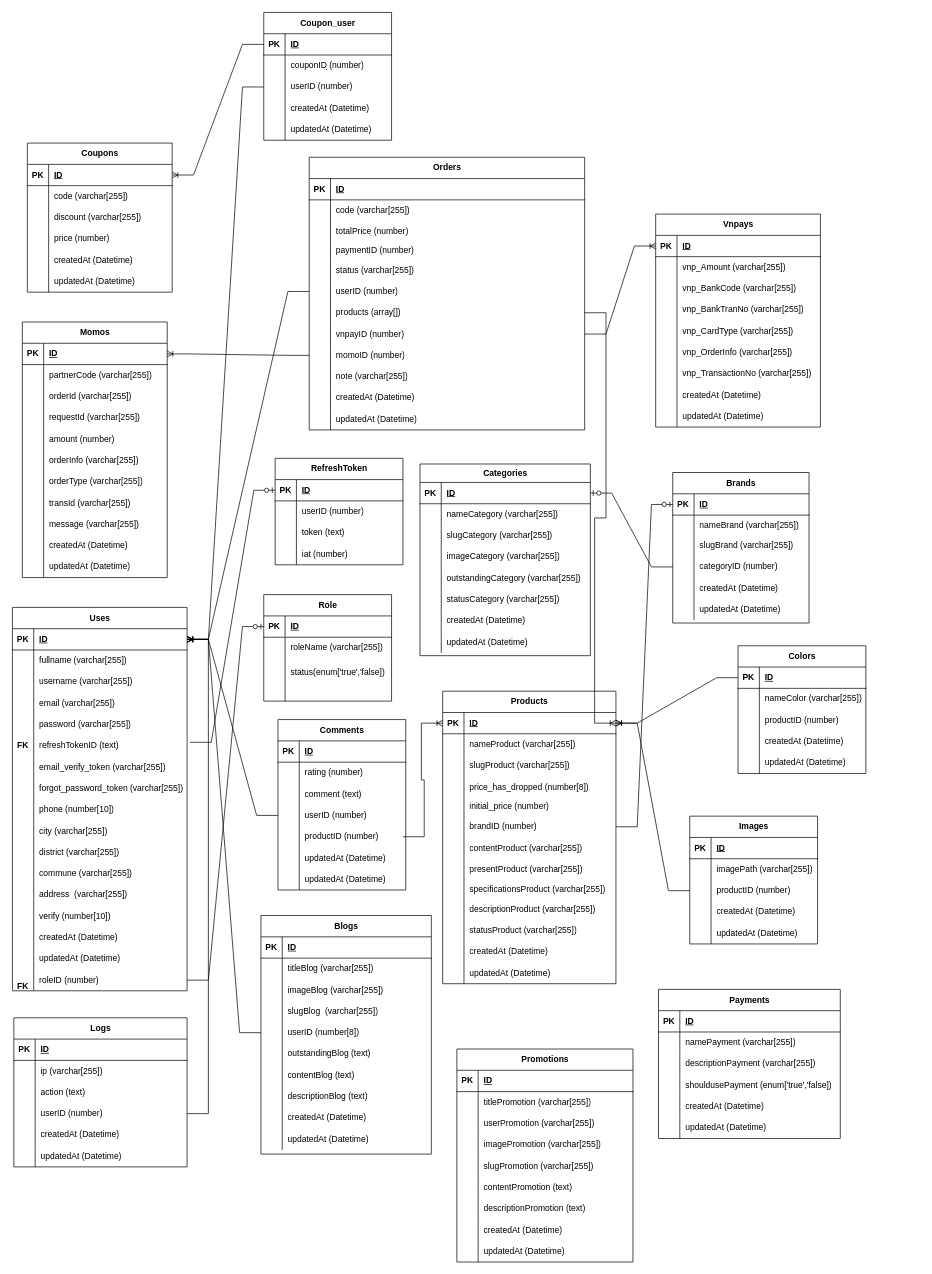
The draw.io diagram src/doan.drawio in QuocHuy03/HoangHaPC, before the edit. Source tidied: cells renumbered, new cells numbered last; positions are measured from the earlier drawing's top-left corner, leaving out a move shared by most shapes. Both pictures are drawn from the tidied source at 71%, with x=0, y=0 at pixel (12, 1).
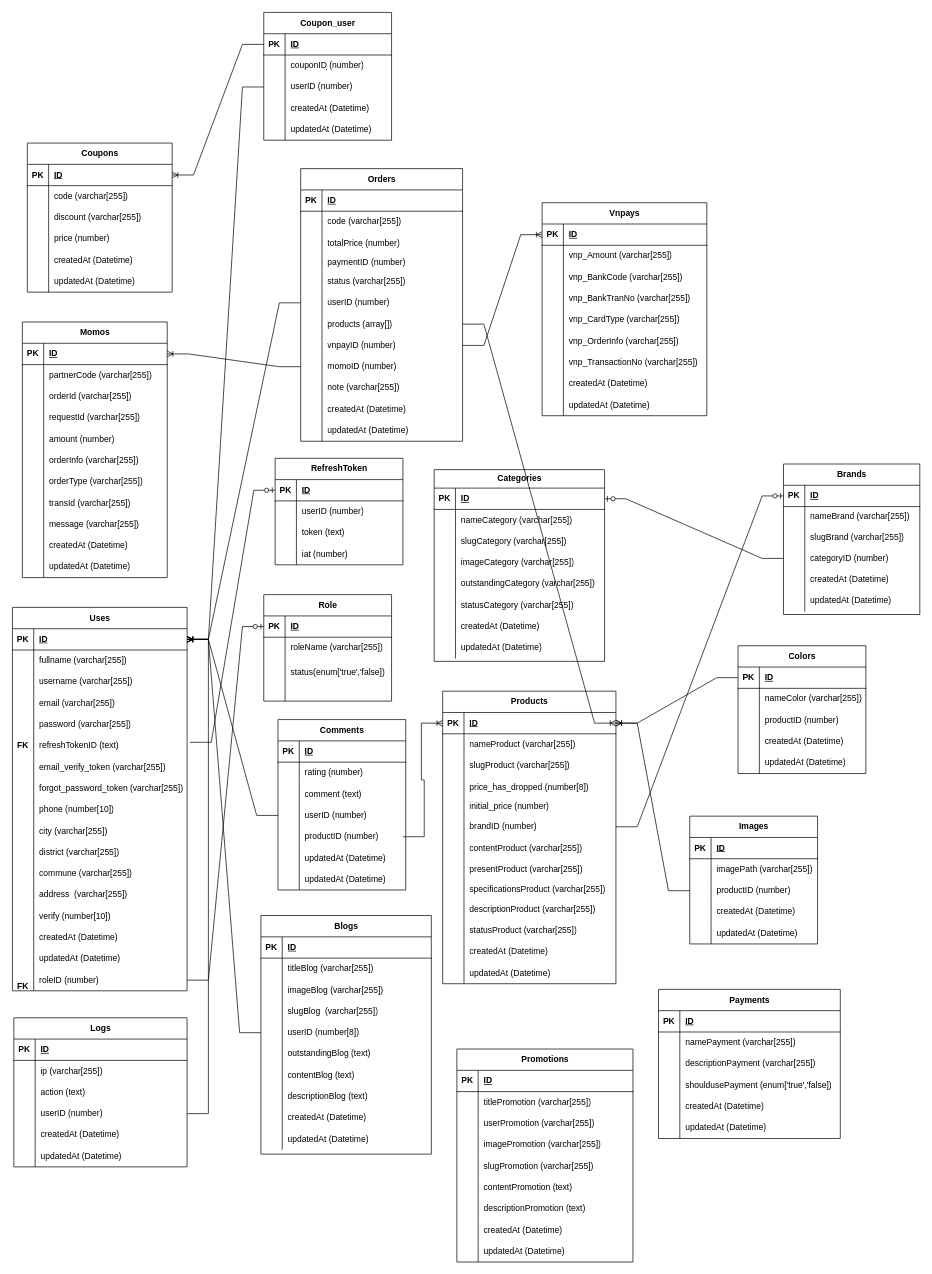
Above is the later version.

Commit message (it also covers changes not shown here):
Cập nhật doan.drawio

Unchanged cells that the change refers to:
```xml
<mxCell id="128" style="shape=tableRow;horizontal=0;startSize=0;swimlaneHead=0;swimlaneBody=0;fillColor=none;points=[[0,0.5],[1,0.5]];portConstraint=eastwest;top=0;left=0;right=0;bottom=1;" parent="127" vertex="1">
  <mxGeometry y="30" width="244" height="30" as="geometry" />
</mxCell>
```

What changed in the source:
```diff
@@
     <mxCell id="82" value="Brands" style="shape=table;startSize=30;childLayout=tableLayout;rowLines=0;fontStyle=1;align=center;html=1;" parent="1" vertex="1">
-      <mxGeometry x="930" y="663" width="192" height="212" as="geometry" />
+      <mxGeometry x="1086" y="651" width="192" height="212" as="geometry" />
     </mxCell>
@@
     <mxCell id="101" value="Categories" style="shape=table;startSize=26;childLayout=tableLayout;rowLines=0;fontStyle=1;align=center;html=1;" parent="1" vertex="1">
-      <mxGeometry x="574" y="651" width="240" height="270" as="geometry" />
+      <mxGeometry x="594" y="659" width="240" height="270" as="geometry" />
     </mxCell>
@@
     <mxCell id="331" value="Vnpays" style="shape=table;startSize=30;childLayout=tableLayout;rowLines=0;fontStyle=1;align=center;html=1;" parent="1" vertex="1">
-      <mxGeometry x="906" y="299" width="232" height="300" as="geometry" />
+      <mxGeometry x="746" y="283" width="232" height="300" as="geometry" />
     </mxCell>
@@
     <mxCell id="378" value="Orders" style="shape=table;startSize=30;childLayout=tableLayout;rowLines=0;fontStyle=1;align=center;html=1;" parent="1" vertex="1">
-      <mxGeometry x="418" y="219" width="388" height="384" as="geometry" />
+      <mxGeometry x="406" y="235" width="228" height="384" as="geometry" />
     </mxCell>
     <mxCell id="379" style="shape=tableRow;horizontal=0;startSize=0;swimlaneHead=0;swimlaneBody=0;fillColor=none;top=0;left=0;right=0;bottom=1;" parent="378" vertex="1">
-      <mxGeometry y="30" width="388" height="30" as="geometry" />
+      <mxGeometry y="30" width="228" height="30" as="geometry" />
     </mxCell>
@@
     <mxCell id="381" value="ID" style="shape=partialRectangle;fillColor=none;top=0;left=0;bottom=0;right=0;align=left;spacingLeft=6;fontStyle=5;overflow=hidden;whiteSpace=wrap;html=1;" parent="379" vertex="1">
-      <mxGeometry x="30" width="358" height="30" as="geometry" />
+      <mxGeometry x="30" width="198" height="30" as="geometry" />
     </mxCell>
     <mxCell id="382" style="shape=tableRow;horizontal=0;startSize=0;swimlaneHead=0;swimlaneBody=0;fillColor=none;top=0;left=0;right=0;bottom=0;" parent="378" vertex="1">
-      <mxGeometry y="60" width="388" height="30" as="geometry" />
+      <mxGeometry y="60" width="228" height="30" as="geometry" />
     </mxCell>
@@
     <mxCell id="384" value="code (varchar[255])" style="shape=partialRectangle;fillColor=none;top=0;left=0;bottom=0;right=0;align=left;spacingLeft=6;overflow=hidden;whiteSpace=wrap;html=1;" parent="382" vertex="1">
-      <mxGeometry x="30" width="358" height="30" as="geometry" />
+      <mxGeometry x="30" width="198" height="30" as="geometry" />
     </mxCell>
     <mxCell id="385" style="shape=tableRow;horizontal=0;startSize=0;swimlaneHead=0;swimlaneBody=0;fillColor=none;top=0;left=0;right=0;bottom=0;" parent="378" vertex="1">
-      <mxGeometry y="90" width="388" height="30" as="geometry" />
+      <mxGeometry y="90" width="228" height="30" as="geometry" />
     </mxCell>
@@
     <mxCell id="387" value="totalPrice&amp;nbsp;̣(number)" style="shape=partialRectangle;fillColor=none;top=0;left=0;bottom=0;right=0;align=left;spacingLeft=6;overflow=hidden;whiteSpace=wrap;html=1;" parent="385" vertex="1">
-      <mxGeometry x="30" width="358" height="30" as="geometry" />
+      <mxGeometry x="30" width="198" height="30" as="geometry" />
     </mxCell>
     <mxCell id="388" style="shape=tableRow;horizontal=0;startSize=0;swimlaneHead=0;swimlaneBody=0;fillColor=none;top=0;left=0;right=0;bottom=0;" parent="378" vertex="1">
-      <mxGeometry y="120" width="388" height="24" as="geometry" />
+      <mxGeometry y="120" width="228" height="24" as="geometry" />
     </mxCell>
@@
     <mxCell id="390" value="paymentID (number)" style="shape=partialRectangle;fillColor=none;top=0;left=0;bottom=0;right=0;align=left;spacingLeft=6;overflow=hidden;whiteSpace=wrap;html=1;" parent="388" vertex="1">
-      <mxGeometry x="30" width="358" height="24" as="geometry" />
+      <mxGeometry x="30" width="198" height="24" as="geometry" />
     </mxCell>
     <mxCell id="391" style="shape=tableRow;horizontal=0;startSize=0;swimlaneHead=0;swimlaneBody=0;fillColor=none;top=0;left=0;right=0;bottom=0;" parent="378" vertex="1">
-      <mxGeometry y="144" width="388" height="30" as="geometry" />
+      <mxGeometry y="144" width="228" height="30" as="geometry" />
     </mxCell>
@@
     <mxCell id="393" value="status (varchar[255])" style="shape=partialRectangle;fillColor=none;top=0;left=0;bottom=0;right=0;align=left;spacingLeft=6;overflow=hidden;whiteSpace=wrap;html=1;" parent="391" vertex="1">
-      <mxGeometry x="30" width="358" height="30" as="geometry" />
+      <mxGeometry x="30" width="198" height="30" as="geometry" />
     </mxCell>
     <mxCell id="394" style="shape=tableRow;horizontal=0;startSize=0;swimlaneHead=0;swimlaneBody=0;fillColor=none;points=[[0,0.5],[1,0.5]];portConstraint=eastwest;top=0;left=0;right=0;bottom=0;" parent="378" vertex="1">
-      <mxGeometry y="174" width="388" height="30" as="geometry" />
+      <mxGeometry y="174" width="228" height="30" as="geometry" />
     </mxCell>
@@
     <mxCell id="396" value="userID (number)" style="shape=partialRectangle;fillColor=none;top=0;left=0;bottom=0;right=0;align=left;spacingLeft=6;overflow=hidden;whiteSpace=wrap;html=1;" parent="394" vertex="1">
-      <mxGeometry x="30" width="358" height="30" as="geometry" />
+      <mxGeometry x="30" width="198" height="30" as="geometry" />
     </mxCell>
     <mxCell id="397" style="shape=tableRow;horizontal=0;startSize=0;swimlaneHead=0;swimlaneBody=0;fillColor=none;points=[[0,0.5],[1,0.5]];portConstraint=eastwest;top=0;left=0;right=0;bottom=0;" parent="378" vertex="1">
-      <mxGeometry y="204" width="388" height="30" as="geometry" />
+      <mxGeometry y="204" width="228" height="30" as="geometry" />
     </mxCell>
@@
     <mxCell id="399" value="products (array[])" style="shape=partialRectangle;fillColor=none;top=0;left=0;bottom=0;right=0;align=left;spacingLeft=6;overflow=hidden;whiteSpace=wrap;html=1;" parent="397" vertex="1">
-      <mxGeometry x="30" width="358" height="30" as="geometry" />
+      <mxGeometry x="30" width="198" height="30" as="geometry" />
     </mxCell>
     <mxCell id="400" style="shape=tableRow;horizontal=0;startSize=0;swimlaneHead=0;swimlaneBody=0;fillColor=none;points=[[0,0.5],[1,0.5]];portConstraint=eastwest;top=0;left=0;right=0;bottom=0;" parent="378" vertex="1">
-      <mxGeometry y="234" width="388" height="30" as="geometry" />
+      <mxGeometry y="234" width="228" height="30" as="geometry" />
     </mxCell>
@@
     <mxCell id="402" value="vnpayID (number)" style="shape=partialRectangle;fillColor=none;top=0;left=0;bottom=0;right=0;align=left;spacingLeft=6;overflow=hidden;whiteSpace=wrap;html=1;" parent="400" vertex="1">
-      <mxGeometry x="30" width="358" height="30" as="geometry" />
+      <mxGeometry x="30" width="198" height="30" as="geometry" />
     </mxCell>
     <mxCell id="403" style="shape=tableRow;horizontal=0;startSize=0;swimlaneHead=0;swimlaneBody=0;fillColor=none;points=[[0,0.5],[1,0.5]];portConstraint=eastwest;top=0;left=0;right=0;bottom=0;" parent="378" vertex="1">
-      <mxGeometry y="264" width="388" height="30" as="geometry" />
+      <mxGeometry y="264" width="228" height="30" as="geometry" />
     </mxCell>
@@
     <mxCell id="405" value="momoID (number)" style="shape=partialRectangle;fillColor=none;top=0;left=0;bottom=0;right=0;align=left;spacingLeft=6;overflow=hidden;whiteSpace=wrap;html=1;" parent="403" vertex="1">
-      <mxGeometry x="30" width="358" height="30" as="geometry" />
+      <mxGeometry x="30" width="198" height="30" as="geometry" />
     </mxCell>
     <mxCell id="406" style="shape=tableRow;horizontal=0;startSize=0;swimlaneHead=0;swimlaneBody=0;fillColor=none;top=0;left=0;right=0;bottom=0;" parent="378" vertex="1">
-      <mxGeometry y="294" width="388" height="30" as="geometry" />
+      <mxGeometry y="294" width="228" height="30" as="geometry" />
     </mxCell>
@@
     <mxCell id="408" value="note (varchar[255])" style="shape=partialRectangle;fillColor=none;top=0;left=0;bottom=0;right=0;align=left;spacingLeft=6;overflow=hidden;whiteSpace=wrap;html=1;" parent="406" vertex="1">
-      <mxGeometry x="30" width="358" height="30" as="geometry" />
+      <mxGeometry x="30" width="198" height="30" as="geometry" />
     </mxCell>
     <mxCell id="409" style="shape=tableRow;horizontal=0;startSize=0;swimlaneHead=0;swimlaneBody=0;fillColor=none;top=0;left=0;right=0;bottom=0;" parent="378" vertex="1">
-      <mxGeometry y="324" width="388" height="30" as="geometry" />
+      <mxGeometry y="324" width="228" height="30" as="geometry" />
     </mxCell>
@@
     <mxCell id="411" value="createdAt (Datetime)" style="shape=partialRectangle;fillColor=none;top=0;left=0;bottom=0;right=0;align=left;spacingLeft=6;overflow=hidden;whiteSpace=wrap;html=1;" parent="409" vertex="1">
-      <mxGeometry x="30" width="358" height="30" as="geometry" />
+      <mxGeometry x="30" width="198" height="30" as="geometry" />
     </mxCell>
     <mxCell id="412" style="shape=tableRow;horizontal=0;startSize=0;swimlaneHead=0;swimlaneBody=0;fillColor=none;top=0;left=0;right=0;bottom=0;" parent="378" vertex="1">
-      <mxGeometry y="354" width="388" height="30" as="geometry" />
+      <mxGeometry y="354" width="228" height="30" as="geometry" />
     </mxCell>
@@
     <mxCell id="414" value="updatedAt (Datetime)" style="shape=partialRectangle;fillColor=none;top=0;left=0;bottom=0;right=0;align=left;spacingLeft=6;overflow=hidden;whiteSpace=wrap;html=1;" parent="412" vertex="1">
-      <mxGeometry x="30" width="358" height="30" as="geometry" />
+      <mxGeometry x="30" width="198" height="30" as="geometry" />
     </mxCell>
@@
-    <mxCell id="446" style="edgeStyle=entityRelationEdgeStyle;fontSize=12;html=1;endArrow=ERoneToMany;rounded=0;exitX=1;exitY=0.5;exitDx=0;exitDy=0;" parent="1" edge="1" source="397">
+    <mxCell id="446" style="edgeStyle=entityRelationEdgeStyle;fontSize=12;html=1;endArrow=ERoneToMany;rounded=0;exitX=1;exitY=0.5;exitDx=0;exitDy=0;entryX=1;entryY=0.5;entryDx=0;entryDy=0;" parent="1" edge="1" source="397" target="128">
       <mxGeometry relative="1" as="geometry">
-        <mxPoint x="850" y="1016" as="targetPoint" />
         <Array as="points">
           <mxPoint x="1234" y="868" />
           <mxPoint x="982" y="1066" />
           <mxPoint x="1210" y="876" />
           <mxPoint x="1140" y="727" />
           <mxPoint x="630" y="874" />
         </Array>
       </mxGeometry>
     </mxCell>
```
